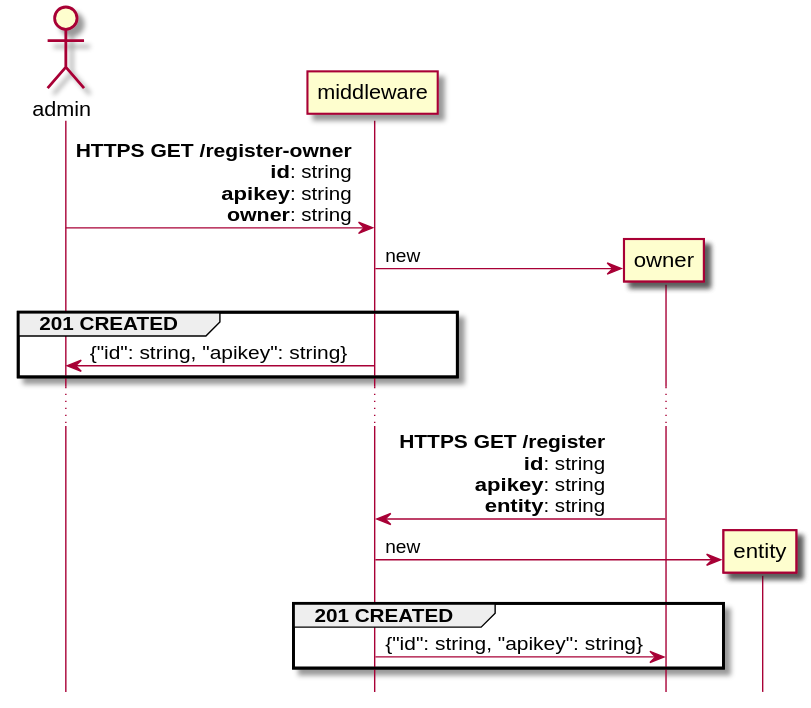
Before: DOCS/register.svg, a diagram exported from PlantUML (rbccps-iisc/corinthian).
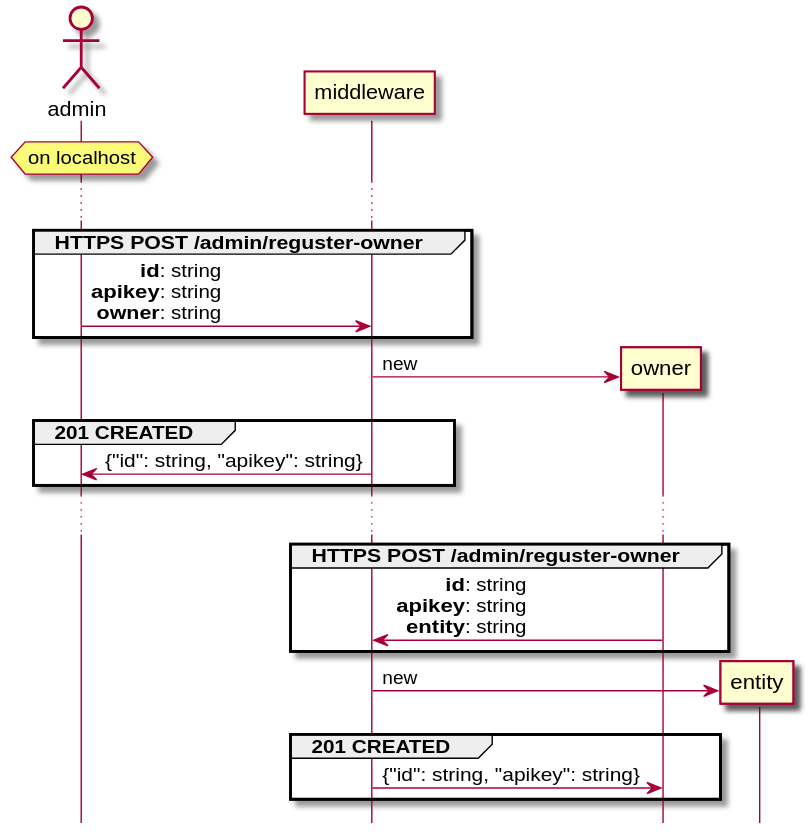
The same file after the commit.

What changed in the source:
```diff
@@ -2,7 +2,12 @@
 actor admin
 hide footbox
 
-admin -> middleware: **HTTPS GET /register-owner**\r**id**: string\r**apikey**: string\r**owner**: string
+hnote over admin : on localhost
+...
+
+group HTTPS POST /admin/reguster-owner
+admin -> middleware: **id**: string\r**apikey**: string\r**owner**: string
+end
 
 create owner
 middleware -> owner : new
@@ -13,8 +18,11 @@
 
 ...
 
+group HTTPS POST /admin/reguster-owner
 
-owner -> middleware: **HTTPS GET /register**\r**id**: string\r**apikey**: string\r**entity**: string
+owner -> middleware: **id**: string\r**apikey**: string\r**entity**: string
+
+end
 
 create entity
 middleware -> entity : new
```
